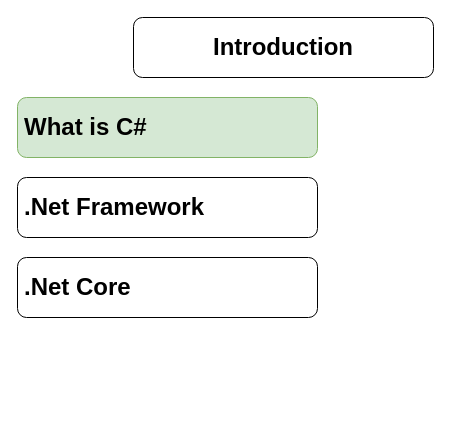
Alnzir-developer/Alnzir keeps this draw.io diagram as page "Page-2" (3 of 7) of Untitled Diagram.drawio. Above is the earlier version. Source tidied: cells renumbered, new cells numbered last; positions are measured from the earlier drawing's top-left corner, leaving out a move shared by most shapes. Both pictures are drawn from the tidied source at 100%, with x=0, y=0 at pixel (17, 17).
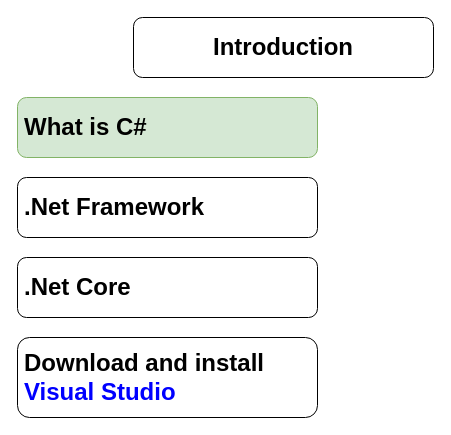
After the change.

Change to the diagram source:
```diff
@@
 <mxGraphModel>
   <root>
     <mxCell id="0" />
     <mxCell id="1" parent="0" />
     <mxCell id="2" value="&lt;b&gt;&lt;font style=&quot;font-size: 24px;&quot;&gt;Introduction&lt;/font&gt;&lt;/b&gt;" style="rounded=1;whiteSpace=wrap;html=1;" parent="1" vertex="1">
       <mxGeometry x="116" width="300" height="60" as="geometry" />
     </mxCell>
     <mxCell id="3" value="&lt;b style=&quot;font-size: 24px;&quot;&gt;What is C#&lt;/b&gt;" style="rounded=1;whiteSpace=wrap;html=1;align=left;spacingLeft=5;fillColor=#d5e8d4;strokeColor=#82b366;" parent="1" vertex="1">
       <mxGeometry y="80" width="300" height="60" as="geometry" />
     </mxCell>
     <mxCell id="4" value="&lt;span style=&quot;font-size: 24px;&quot;&gt;&lt;b&gt;.Net Framework&lt;/b&gt;&lt;/span&gt;" style="rounded=1;whiteSpace=wrap;html=1;align=left;spacingLeft=5;" parent="1" vertex="1">
       <mxGeometry y="160" width="300" height="60" as="geometry" />
     </mxCell>
     <mxCell id="5" value="&lt;span style=&quot;font-size: 24px;&quot;&gt;&lt;b&gt;.Net Core&lt;/b&gt;&lt;/span&gt;" style="rounded=1;whiteSpace=wrap;html=1;align=left;spacingLeft=5;" parent="1" vertex="1">
       <mxGeometry y="240" width="300" height="60" as="geometry" />
     </mxCell>
+    <mxCell id="6" value="&lt;span style=&quot;font-size: 24px;&quot;&gt;&lt;b&gt;Download and install &lt;font color=&quot;#0000ff&quot;&gt;Visual Studio&lt;/font&gt;&lt;/b&gt;&lt;/span&gt;" style="rounded=1;whiteSpace=wrap;html=1;align=left;spacingLeft=5;" parent="1" vertex="1">
+      <mxGeometry y="320" width="300" height="80" as="geometry" />
+    </mxCell>
   </root>
 </mxGraphModel>
```
